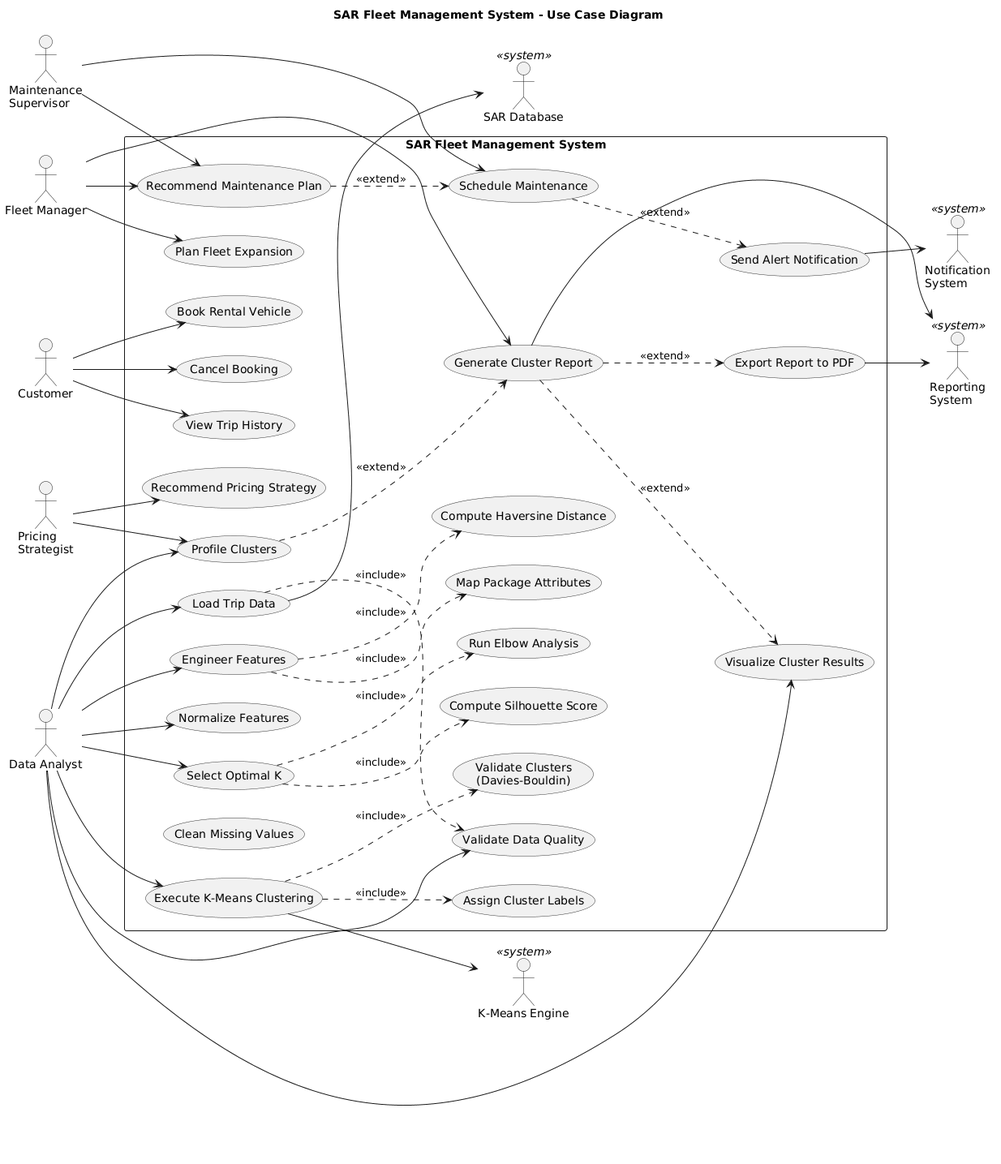
Above: use_case_diagram.png in Lord-Saruman/sar-rental-clustering (PlantUML), before the change.
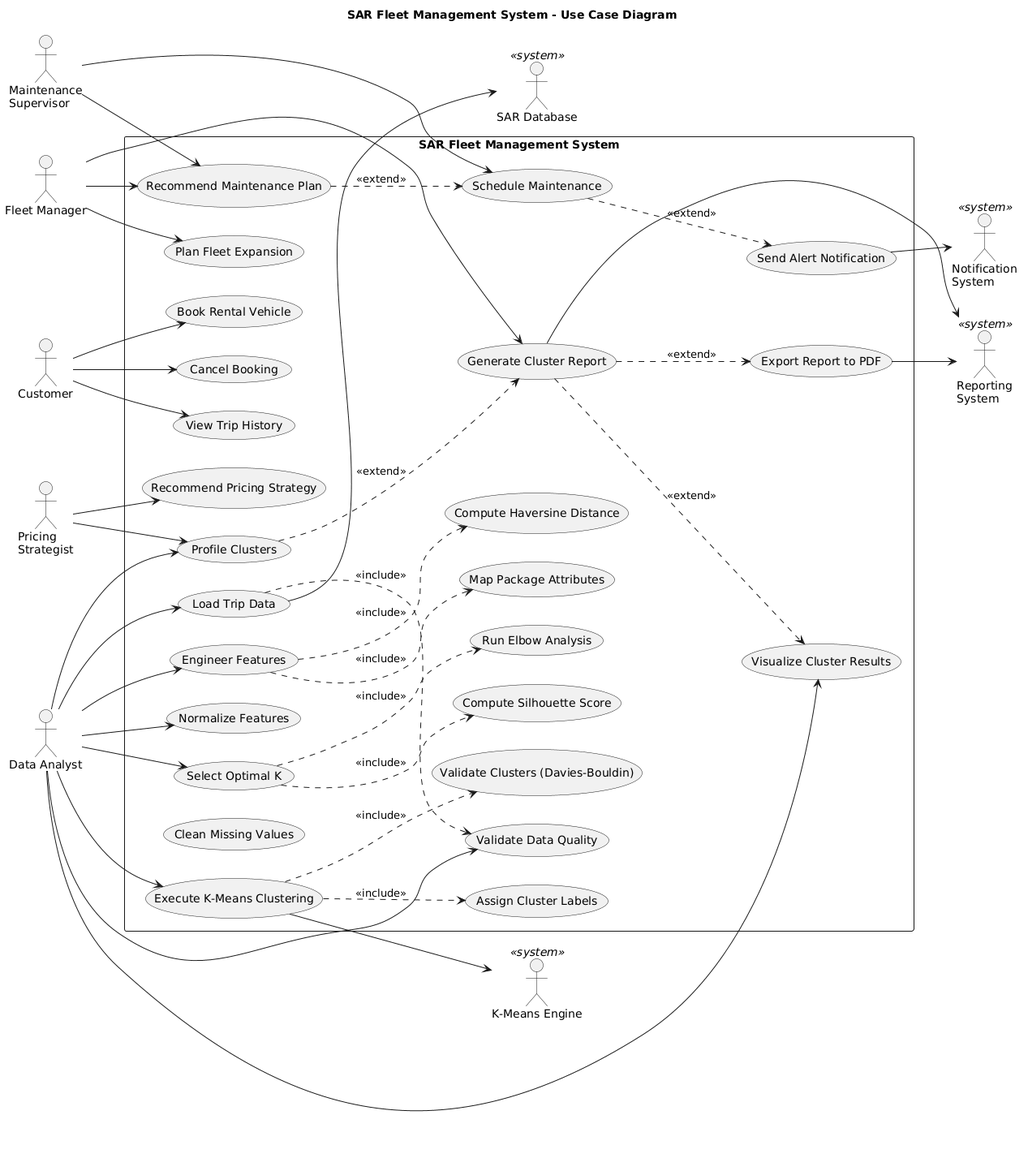
After the change.

Commit message:
Update diagrams and ignore local draft files

Diff of the diagram source:
```diff
@@ -1,11 +1,6 @@
 @startuml
 left to right direction
 skinparam packageStyle rectangle
-skinparam usecase {
-  BackgroundColor<<primary>> #E8F5E9
-  BackgroundColor<<secondary>> #E3F2FD
-  BorderColor #333333
-}
 
 title SAR Fleet Management System - Use Case Diagram
 
@@ -45,7 +40,7 @@
   usecase "Schedule Maintenance" as UC22
   usecase "Send Alert Notification" as UC23
   usecase "Export Report to PDF" as UC24
-  usecase "Validate Clusters\n(Davies-Bouldin)" as UC25
+  usecase "Validate Clusters (Davies-Bouldin)" as UC25
 }
 
 DA --> UC1
```
